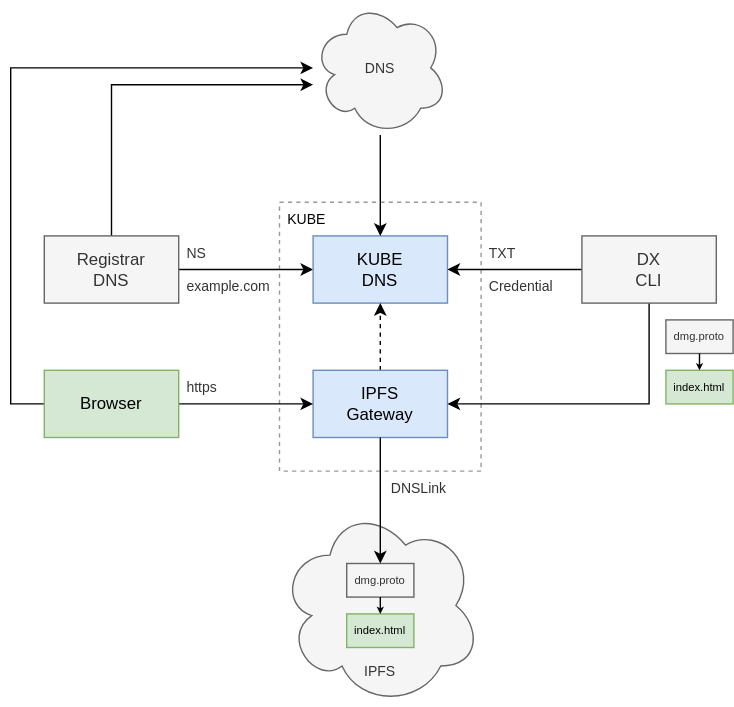
Earlier version of the draw.io export docs/design/diagrams/dns.drawio.svg (dxos/dxos). Source tidied: cells renumbered, new cells last; positions are measured from the earlier drawing's top-left corner, leaving out a move shared by most shapes.
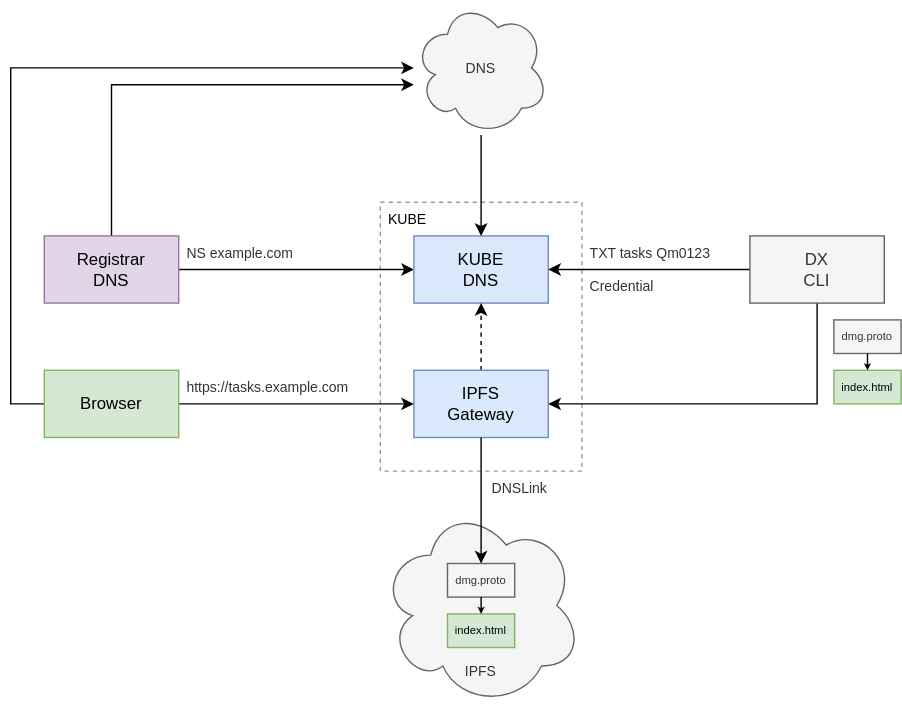
Later version of the same file.

Change to the diagram source:
```diff
@@ -12,12 +12,12 @@
       <mxGeometry relative="1" as="geometry">
         <mxPoint x="216" y="60" as="targetPoint" />
         <Array as="points">
-          <mxPoint x="72" y="60" />
+          <mxPoint y="60" />
         </Array>
       </mxGeometry>
     </mxCell>
-    <mxCell id="5" value="Registrar&lt;br&gt;DNS" style="rounded=0;whiteSpace=wrap;html=1;fillColor=#f5f5f5;fontColor=#333333;strokeColor=#666666;" parent="1" vertex="1">
-      <mxGeometry x="24" y="168" width="96" height="48" as="geometry" />
+    <mxCell id="5" value="Registrar&lt;br&gt;DNS" style="rounded=0;whiteSpace=wrap;html=1;fillColor=#e1d5e7;strokeColor=#9673a6;" parent="1" vertex="1">
+      <mxGeometry x="-48" y="168" width="96" height="48" as="geometry" />
     </mxCell>
     <mxCell id="6" value="KUBE&lt;br&gt;DNS" style="rounded=0;whiteSpace=wrap;html=1;fillColor=#dae8fc;strokeColor=#6c8ebf;" parent="1" vertex="1">
       <mxGeometry x="216" y="168" width="96" height="48" as="geometry" />
@@ -34,15 +34,15 @@
     <mxCell id="10" style="edgeStyle=none;html=1;exitX=0.5;exitY=1;exitDx=0;exitDy=0;entryX=1;entryY=0.5;entryDx=0;entryDy=0;fontSize=6;rounded=0;" parent="1" edge="1" source="11" target="8">
       <mxGeometry relative="1" as="geometry">
         <Array as="points">
-          <mxPoint x="456" y="288" />
+          <mxPoint x="504" y="288" />
         </Array>
       </mxGeometry>
     </mxCell>
     <mxCell id="11" value="DX&lt;br&gt;CLI" style="rounded=0;whiteSpace=wrap;html=1;fillColor=#f5f5f5;fontColor=#333333;strokeColor=#666666;" parent="1" vertex="1">
-      <mxGeometry x="408" y="168" width="96" height="48" as="geometry" />
+      <mxGeometry x="456" y="168" width="96" height="48" as="geometry" />
     </mxCell>
-    <mxCell id="12" value="NS" style="rounded=0;whiteSpace=wrap;html=1;fillColor=none;strokeColor=none;fontColor=#333333;align=left;spacing=6;fontSize=10;" parent="1" vertex="1">
-      <mxGeometry x="120" y="168" width="72" height="24" as="geometry" />
+    <mxCell id="12" value="NS example.com" style="rounded=0;whiteSpace=wrap;html=1;fillColor=none;strokeColor=none;fontColor=#333333;align=left;spacing=6;fontSize=10;" parent="1" vertex="1">
+      <mxGeometry x="48" y="168" width="120" height="24" as="geometry" />
     </mxCell>
     <mxCell id="13" style="edgeStyle=none;html=1;exitX=1;exitY=0.5;exitDx=0;exitDy=0;fontSize=10;" parent="1" edge="1" source="15" target="8">
       <mxGeometry relative="1" as="geometry" />
@@ -50,17 +50,14 @@
     <mxCell id="14" style="edgeStyle=none;html=1;exitX=0;exitY=0.5;exitDx=0;exitDy=0;fontSize=6;rounded=0;" parent="1" edge="1" source="15" target="20">
       <mxGeometry relative="1" as="geometry">
         <Array as="points">
-          <mxPoint y="288" />
-          <mxPoint y="48" />
+          <mxPoint x="-72" y="288" />
+          <mxPoint x="-72" y="48" />
         </Array>
       </mxGeometry>
     </mxCell>
     <mxCell id="15" value="Browser" style="rounded=0;whiteSpace=wrap;html=1;fillColor=#d5e8d4;strokeColor=#82b366;" parent="1" vertex="1">
-      <mxGeometry x="24" y="264" width="96" height="48" as="geometry" />
+      <mxGeometry x="-48" y="264" width="96" height="48" as="geometry" />
     </mxCell>
-    <mxCell id="16" value="https" style="rounded=0;whiteSpace=wrap;html=1;fillColor=none;strokeColor=none;fontColor=#333333;align=left;spacing=6;fontSize=10;" parent="1" vertex="1">
-      <mxGeometry x="120" y="264" width="72" height="24" as="geometry" />
-    </mxCell>
     <mxCell id="17" style="edgeStyle=none;html=1;entryX=0.5;entryY=0;entryDx=0;entryDy=0;fontSize=10;" parent="1" edge="1" source="20" target="6">
       <mxGeometry relative="1" as="geometry" />
     </mxCell>
@@ -89,10 +86,10 @@
       <mxGeometry relative="1" as="geometry" />
     </mxCell>
     <mxCell id="26" value="dmg.proto" style="rounded=0;whiteSpace=wrap;html=1;fontSize=8;fillColor=#f5f5f5;fontColor=#333333;strokeColor=#666666;" parent="1" vertex="1">
-      <mxGeometry x="468" y="228" width="48" height="24" as="geometry" />
+      <mxGeometry x="516" y="228" width="48" height="24" as="geometry" />
     </mxCell>
     <mxCell id="27" value="&lt;font style=&quot;font-size: 8px;&quot;&gt;index.html&lt;/font&gt;" style="rounded=0;whiteSpace=wrap;html=1;fontSize=8;fillColor=#d5e8d4;strokeColor=#82b366;" parent="1" vertex="1">
-      <mxGeometry x="468" y="264" width="48" height="24" as="geometry" />
+      <mxGeometry x="516" y="264" width="48" height="24" as="geometry" />
     </mxCell>
     <mxCell id="28" style="edgeStyle=none;rounded=0;html=1;fontSize=6;endSize=2;startSize=2;" parent="1" edge="1" source="26" target="27">
       <mxGeometry relative="1" as="geometry" />
@@ -100,11 +97,11 @@
     <mxCell id="29" style="edgeStyle=none;html=1;exitX=0.5;exitY=1;exitDx=0;exitDy=0;fontSize=10;entryX=0.5;entryY=0;entryDx=0;entryDy=0;" parent="1" edge="1" source="8" target="23">
       <mxGeometry relative="1" as="geometry" />
     </mxCell>
-    <mxCell id="30" value="example.com" style="rounded=0;whiteSpace=wrap;html=1;fillColor=none;strokeColor=none;fontColor=#333333;align=left;spacing=6;fontSize=10;" parent="1" vertex="1">
-      <mxGeometry x="120" y="192" width="72" height="24" as="geometry" />
-    </mxCell>
-    <mxCell id="31" value="TXT" style="rounded=0;whiteSpace=wrap;html=1;fillColor=none;strokeColor=none;fontColor=#333333;align=left;spacing=6;fontSize=10;" parent="1" vertex="1">
-      <mxGeometry x="336" y="168" width="72" height="24" as="geometry" />
+    <mxCell id="31" value="TXT tasks Qm0123" style="rounded=0;whiteSpace=wrap;html=1;fillColor=none;strokeColor=none;fontColor=#333333;align=left;spacing=6;fontSize=10;" parent="1" vertex="1">
+      <mxGeometry x="336" y="168" width="168" height="24" as="geometry" />
     </mxCell>
+    <mxCell id="32" value="https://tasks.example.com" style="rounded=0;whiteSpace=wrap;html=1;fillColor=none;strokeColor=none;fontColor=#333333;align=left;spacing=6;fontSize=10;" parent="1" vertex="1">
+      <mxGeometry x="48" y="264" width="144" height="24" as="geometry" />
+    </mxCell>
   </root>
 </mxGraphModel>
```
